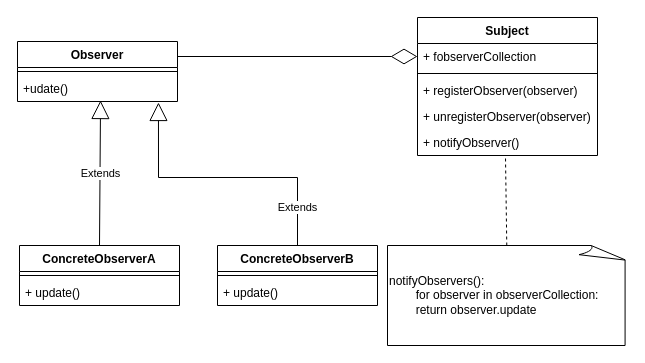
This is page "Exemplo1" (1 of 2) of Observer.drawio from witcare-developer/PadraoProjetoObserver, a draw.io file, before an edit. Source tidied: cells renumbered, new cells numbered last; positions are measured from the earlier drawing's top-left corner, leaving out a move shared by most shapes. Both pictures are drawn from the tidied source at 100%, with x=0, y=0 at pixel (17, 17).
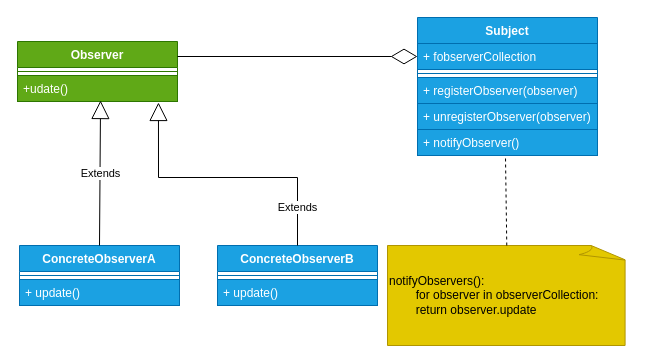
The same diagram, later.

Diff of the diagram source:
```diff
@@
-    <mxCell id="2" value="Observer" style="swimlane;fontStyle=1;align=center;verticalAlign=top;horizontal=1;startSize=26;" parent="1" vertex="1">
+    <mxCell id="2" value="Observer" style="swimlane;fontStyle=1;align=center;verticalAlign=top;horizontal=1;startSize=26;fillColor=#60a917;fontColor=#ffffff;strokeColor=#2D7600;" parent="1" vertex="1">
       <mxGeometry y="24" width="160" height="60" as="geometry" />
     </mxCell>
-    <mxCell id="3" style="line;strokeWidth=1;fillColor=none;align=left;verticalAlign=middle;spacingTop=-1;spacingLeft=3;spacingRight=3;labelPosition=right;" parent="2" vertex="1">
+    <mxCell id="3" style="line;strokeWidth=1;fillColor=#60a917;align=left;verticalAlign=middle;spacingTop=-1;spacingLeft=3;spacingRight=3;labelPosition=right;fontColor=#ffffff;strokeColor=#2D7600;" parent="2" vertex="1">
       <mxGeometry y="26" width="160" height="8" as="geometry" />
     </mxCell>
-    <mxCell id="4" value="+udate()" style="text;strokeColor=none;fillColor=none;align=left;verticalAlign=top;spacingLeft=4;spacingRight=4;overflow=hidden;points=[[0,0.5],[1,0.5]];portConstraint=eastwest;" parent="2" vertex="1">
+    <mxCell id="4" value="+udate()" style="text;strokeColor=#2D7600;fillColor=#60a917;align=left;verticalAlign=top;spacingLeft=4;spacingRight=4;overflow=hidden;points=[[0,0.5],[1,0.5]];portConstraint=eastwest;fontColor=#ffffff;" parent="2" vertex="1">
       <mxGeometry y="34" width="160" height="26" as="geometry" />
     </mxCell>
-    <mxCell id="5" value="Subject" style="swimlane;fontStyle=1;align=center;verticalAlign=top;horizontal=1;startSize=26;" parent="1" vertex="1">
+    <mxCell id="5" value="Subject" style="swimlane;fontStyle=1;align=center;verticalAlign=top;horizontal=1;startSize=26;fillColor=#1ba1e2;fontColor=#ffffff;strokeColor=#006EAF;" parent="1" vertex="1">
       <mxGeometry x="400" width="180" height="138" as="geometry" />
     </mxCell>
-    <mxCell id="6" value="+ fobserverCollection" style="text;strokeColor=none;fillColor=none;align=left;verticalAlign=top;spacingLeft=4;spacingRight=4;overflow=hidden;points=[[0,0.5],[1,0.5]];portConstraint=eastwest;" parent="5" vertex="1">
+    <mxCell id="6" value="+ fobserverCollection" style="text;strokeColor=#006EAF;fillColor=#1ba1e2;align=left;verticalAlign=top;spacingLeft=4;spacingRight=4;overflow=hidden;points=[[0,0.5],[1,0.5]];portConstraint=eastwest;fontColor=#ffffff;" parent="5" vertex="1">
       <mxGeometry y="26" width="180" height="26" as="geometry" />
     </mxCell>
-    <mxCell id="7" style="line;strokeWidth=1;fillColor=none;align=left;verticalAlign=middle;spacingTop=-1;spacingLeft=3;spacingRight=3;labelPosition=right;" parent="5" vertex="1">
+    <mxCell id="7" style="line;strokeWidth=1;fillColor=#1ba1e2;align=left;verticalAlign=middle;spacingTop=-1;spacingLeft=3;spacingRight=3;labelPosition=right;fontColor=#ffffff;strokeColor=#006EAF;" parent="5" vertex="1">
       <mxGeometry y="52" width="180" height="8" as="geometry" />
     </mxCell>
-    <mxCell id="8" value="+ registerObserver(observer)" style="text;strokeColor=none;fillColor=none;align=left;verticalAlign=top;spacingLeft=4;spacingRight=4;overflow=hidden;" parent="5" vertex="1">
+    <mxCell id="8" value="+ registerObserver(observer)" style="text;strokeColor=#006EAF;fillColor=#1ba1e2;align=left;verticalAlign=top;spacingLeft=4;spacingRight=4;overflow=hidden;fontColor=#ffffff;" parent="5" vertex="1">
       <mxGeometry y="60" width="180" height="26" as="geometry" />
     </mxCell>
-    <mxCell id="9" value="+ unregisterObserver(observer)" style="text;strokeColor=none;fillColor=none;align=left;verticalAlign=top;spacingLeft=4;spacingRight=4;overflow=hidden;" parent="5" vertex="1">
+    <mxCell id="9" value="+ unregisterObserver(observer)" style="text;strokeColor=#006EAF;fillColor=#1ba1e2;align=left;verticalAlign=top;spacingLeft=4;spacingRight=4;overflow=hidden;fontColor=#ffffff;" parent="5" vertex="1">
       <mxGeometry y="86" width="180" height="26" as="geometry" />
     </mxCell>
-    <mxCell id="10" value="+ notifyObserver()" style="text;strokeColor=none;fillColor=none;align=left;verticalAlign=top;spacingLeft=4;spacingRight=4;overflow=hidden;points=[[0,0.5],[1,0.5]];portConstraint=eastwest;" parent="5" vertex="1">
+    <mxCell id="10" value="+ notifyObserver()" style="text;strokeColor=#006EAF;fillColor=#1ba1e2;align=left;verticalAlign=top;spacingLeft=4;spacingRight=4;overflow=hidden;points=[[0,0.5],[1,0.5]];portConstraint=eastwest;fontColor=#ffffff;" parent="5" vertex="1">
       <mxGeometry y="112" width="180" height="26" as="geometry" />
     </mxCell>
-    <mxCell id="11" value="ConcreteObserverA" style="swimlane;fontStyle=1;align=center;verticalAlign=top;horizontal=1;startSize=26;" parent="1" vertex="1">
+    <mxCell id="11" value="ConcreteObserverA" style="swimlane;fontStyle=1;align=center;verticalAlign=top;horizontal=1;startSize=26;fillColor=#1ba1e2;fontColor=#ffffff;strokeColor=#006EAF;" parent="1" vertex="1">
       <mxGeometry x="2" y="228" width="160" height="60" as="geometry" />
     </mxCell>
-    <mxCell id="12" style="line;strokeWidth=1;fillColor=none;align=left;verticalAlign=middle;spacingTop=-1;spacingLeft=3;spacingRight=3;labelPosition=right;" parent="11" vertex="1">
+    <mxCell id="12" style="line;strokeWidth=1;fillColor=#1ba1e2;align=left;verticalAlign=middle;spacingTop=-1;spacingLeft=3;spacingRight=3;labelPosition=right;fontColor=#ffffff;strokeColor=#006EAF;" parent="11" vertex="1">
       <mxGeometry y="26" width="160" height="8" as="geometry" />
     </mxCell>
-    <mxCell id="13" value="+ update()" style="text;strokeColor=none;fillColor=none;align=left;verticalAlign=top;spacingLeft=4;spacingRight=4;overflow=hidden;" parent="11" vertex="1">
+    <mxCell id="13" value="+ update()" style="text;strokeColor=#006EAF;fillColor=#1ba1e2;align=left;verticalAlign=top;spacingLeft=4;spacingRight=4;overflow=hidden;fontColor=#ffffff;" parent="11" vertex="1">
       <mxGeometry y="34" width="160" height="26" as="geometry" />
     </mxCell>
-    <mxCell id="14" value="ConcreteObserverB" style="swimlane;fontStyle=1;align=center;verticalAlign=top;horizontal=1;startSize=26;" parent="1" vertex="1">
+    <mxCell id="14" value="ConcreteObserverB" style="swimlane;fontStyle=1;align=center;verticalAlign=top;horizontal=1;startSize=26;fillColor=#1ba1e2;fontColor=#ffffff;strokeColor=#006EAF;" parent="1" vertex="1">
       <mxGeometry x="200" y="228" width="160" height="60" as="geometry" />
     </mxCell>
-    <mxCell id="15" style="line;strokeWidth=1;fillColor=none;align=left;verticalAlign=middle;spacingTop=-1;spacingLeft=3;spacingRight=3;labelPosition=right;" parent="14" vertex="1">
+    <mxCell id="15" style="line;strokeWidth=1;fillColor=#1ba1e2;align=left;verticalAlign=middle;spacingTop=-1;spacingLeft=3;spacingRight=3;labelPosition=right;fontColor=#ffffff;strokeColor=#006EAF;" parent="14" vertex="1">
       <mxGeometry y="26" width="160" height="8" as="geometry" />
     </mxCell>
-    <mxCell id="16" value="+ update()" style="text;strokeColor=none;fillColor=none;align=left;verticalAlign=top;spacingLeft=4;spacingRight=4;overflow=hidden;" parent="14" vertex="1">
+    <mxCell id="16" value="+ update()" style="text;strokeColor=#006EAF;fillColor=#1ba1e2;align=left;verticalAlign=top;spacingLeft=4;spacingRight=4;overflow=hidden;fontColor=#ffffff;" parent="14" vertex="1">
       <mxGeometry y="34" width="160" height="26" as="geometry" />
     </mxCell>
@@
-    <mxCell id="20" value="notifyObservers():&lt;br&gt;&lt;span style=&quot;white-space: pre&quot;&gt;&#9;&lt;/span&gt;for observer in observerCollection:&lt;br&gt;&lt;span style=&quot;white-space: pre&quot;&gt;&#9;&lt;/span&gt;return observer.update" style="whiteSpace=wrap;html=1;shape=mxgraph.basic.document;align=left;" parent="1" vertex="1">
+    <mxCell id="20" value="notifyObservers():&lt;br&gt;&lt;span style=&quot;white-space: pre&quot;&gt;&#9;&lt;/span&gt;for observer in observerCollection:&lt;br&gt;&lt;span style=&quot;white-space: pre&quot;&gt;&#9;&lt;/span&gt;return observer.update" style="whiteSpace=wrap;html=1;shape=mxgraph.basic.document;align=left;fillColor=#e3c800;fontColor=#000000;strokeColor=#B09500;" parent="1" vertex="1">
       <mxGeometry x="370" y="228" width="240" height="100" as="geometry" />
     </mxCell>
```
